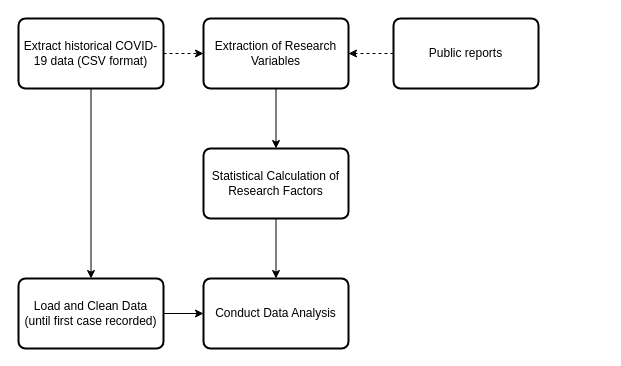
Before: Report/DataCollection.drawio in 93ramadan/uob-bdsa601-project, a draw.io diagram. Source tidied: cells renumbered, new cells numbered last; positions are measured from the earlier drawing's top-left corner, leaving out a move shared by most shapes. Both pictures are drawn from the tidied source at 100%, with x=0, y=0 at pixel (18, 18).
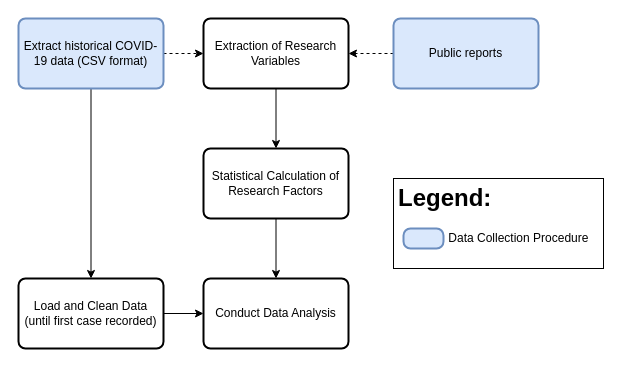
The same diagram, later.

Commit message (it also covers changes not shown here):
reviewed and finalized draft for ch3

What changed in the source:
```diff
@@
 <mxGraphModel>
   <root>
     <mxCell id="0" />
     <mxCell id="1" parent="0" />
     <mxCell id="2" style="edgeStyle=orthogonalEdgeStyle;rounded=0;jettySize=auto;html=1;" parent="1" edge="1" source="4" target="8">
       <mxGeometry relative="1" as="geometry" />
     </mxCell>
     <mxCell id="3" style="edgeStyle=orthogonalEdgeStyle;rounded=0;jettySize=auto;html=1;dashed=1;" parent="1" edge="1" source="4" target="11">
       <mxGeometry relative="1" as="geometry" />
     </mxCell>
-    <mxCell id="4" value="Extract historical COVID-19 data (CSV format)" style="rounded=1;whiteSpace=wrap;html=1;absoluteArcSize=1;arcSize=14;strokeWidth=2;" parent="1" vertex="1">
+    <mxCell id="4" value="Extract historical COVID-19 data (CSV format)" style="rounded=1;whiteSpace=wrap;html=1;absoluteArcSize=1;arcSize=14;strokeWidth=2;fillColor=#dae8fc;strokeColor=#6c8ebf;" parent="1" vertex="1">
       <mxGeometry width="145" height="70" as="geometry" />
     </mxCell>
     <mxCell id="5" style="edgeStyle=orthogonalEdgeStyle;rounded=0;jettySize=auto;html=1;" parent="1" edge="1" source="6" target="9">
       <mxGeometry relative="1" as="geometry" />
     </mxCell>
     <mxCell id="6" value="Statistical Calculation of Research Factors" style="rounded=1;whiteSpace=wrap;html=1;absoluteArcSize=1;arcSize=14;strokeWidth=2;" parent="1" vertex="1">
       <mxGeometry x="185" y="130" width="145" height="70" as="geometry" />
     </mxCell>
     <mxCell id="7" style="edgeStyle=orthogonalEdgeStyle;rounded=0;jettySize=auto;html=1;" parent="1" edge="1" source="8" target="9">
       <mxGeometry relative="1" as="geometry" />
     </mxCell>
     <mxCell id="8" value="Load and Clean Data&lt;br&gt;(until first case recorded)" style="rounded=1;whiteSpace=wrap;html=1;absoluteArcSize=1;arcSize=14;strokeWidth=2;" parent="1" vertex="1">
       <mxGeometry y="260" width="145" height="70" as="geometry" />
     </mxCell>
     <mxCell id="9" value="Conduct Data Analysis" style="rounded=1;whiteSpace=wrap;html=1;absoluteArcSize=1;arcSize=14;strokeWidth=2;" parent="1" vertex="1">
       <mxGeometry x="185" y="260" width="145" height="70" as="geometry" />
     </mxCell>
     <mxCell id="10" style="edgeStyle=orthogonalEdgeStyle;rounded=0;jettySize=auto;html=1;" parent="1" edge="1" source="11" target="6">
       <mxGeometry relative="1" as="geometry" />
     </mxCell>
     <mxCell id="11" value="Extraction of Research Variables" style="rounded=1;whiteSpace=wrap;html=1;absoluteArcSize=1;arcSize=14;strokeWidth=2;" parent="1" vertex="1">
       <mxGeometry x="185" width="145" height="70" as="geometry" />
     </mxCell>
     <mxCell id="12" style="edgeStyle=orthogonalEdgeStyle;rounded=0;jettySize=auto;html=1;dashed=1;" parent="1" edge="1" source="13" target="11">
       <mxGeometry relative="1" as="geometry" />
     </mxCell>
-    <mxCell id="13" value="Public reports" style="rounded=1;whiteSpace=wrap;html=1;absoluteArcSize=1;arcSize=14;strokeWidth=2;" parent="1" vertex="1">
+    <mxCell id="13" value="Public reports" style="rounded=1;whiteSpace=wrap;html=1;absoluteArcSize=1;arcSize=14;strokeWidth=2;fillColor=#dae8fc;strokeColor=#6c8ebf;" parent="1" vertex="1">
       <mxGeometry x="375" width="145" height="70" as="geometry" />
     </mxCell>
+    <mxCell id="14" value="&lt;h1&gt;Legend:&lt;br&gt;&lt;/h1&gt;" style="text;html=1;fillColor=none;spacing=5;spacingTop=-20;whiteSpace=wrap;overflow=hidden;rounded=0;strokeColor=#000000;" parent="1" vertex="1">
+      <mxGeometry x="375" y="160" width="210" height="90" as="geometry" />
+    </mxCell>
+    <mxCell id="15" style="rounded=1;whiteSpace=wrap;html=1;absoluteArcSize=1;arcSize=14;strokeWidth=2;fillColor=#dae8fc;strokeColor=#6c8ebf;" parent="1" vertex="1">
+      <mxGeometry x="385" y="210" width="40" height="20" as="geometry" />
+    </mxCell>
+    <mxCell id="16" value="&amp;nbsp;Data Collection Procedure" style="text;html=1;strokeColor=none;fillColor=none;align=left;verticalAlign=middle;whiteSpace=wrap;rounded=0;" parent="1" vertex="1">
+      <mxGeometry x="425" y="210" width="150" height="20" as="geometry" />
+    </mxCell>
   </root>
 </mxGraphModel>
```
